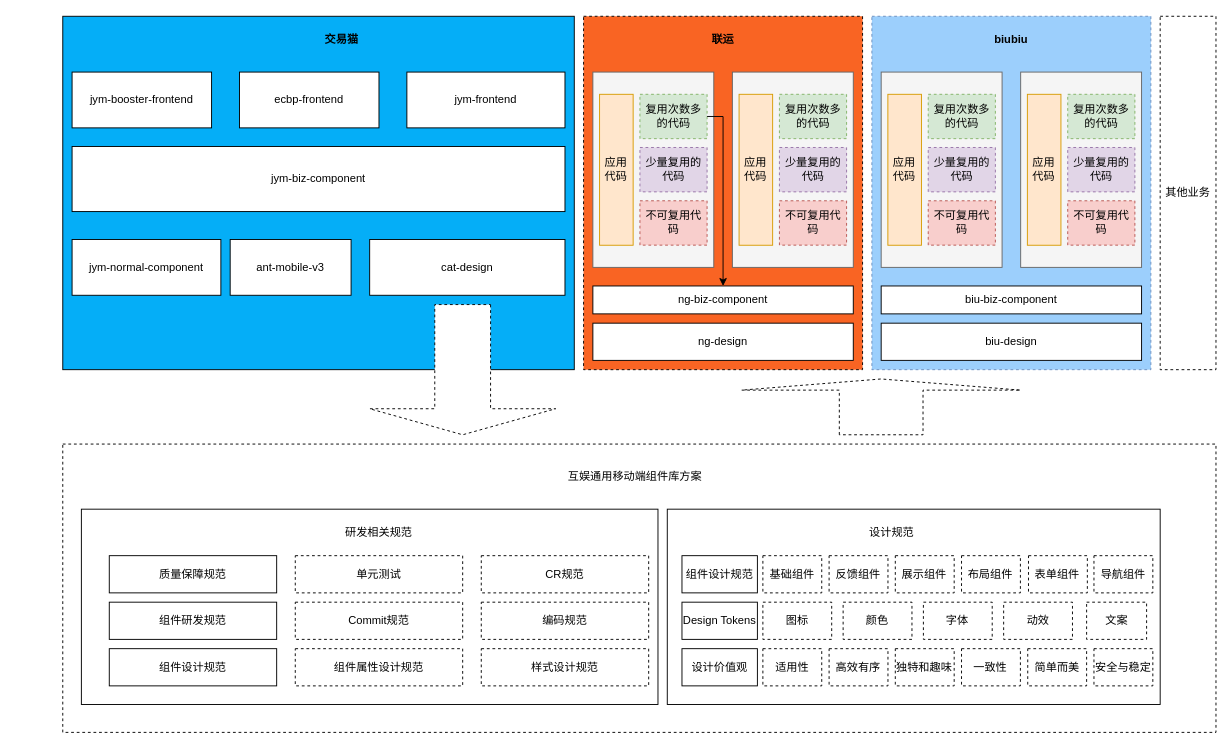
This is Untitled Diagram.drawio from dyyz1993/ABC, a draw.io file, before an edit. Source tidied: cells renumbered, new cells numbered last; positions are measured from the earlier drawing's top-left corner, leaving out a move shared by most shapes. Both pictures are drawn from the tidied source at 93%, with x=0, y=0 at pixel (62, 16).
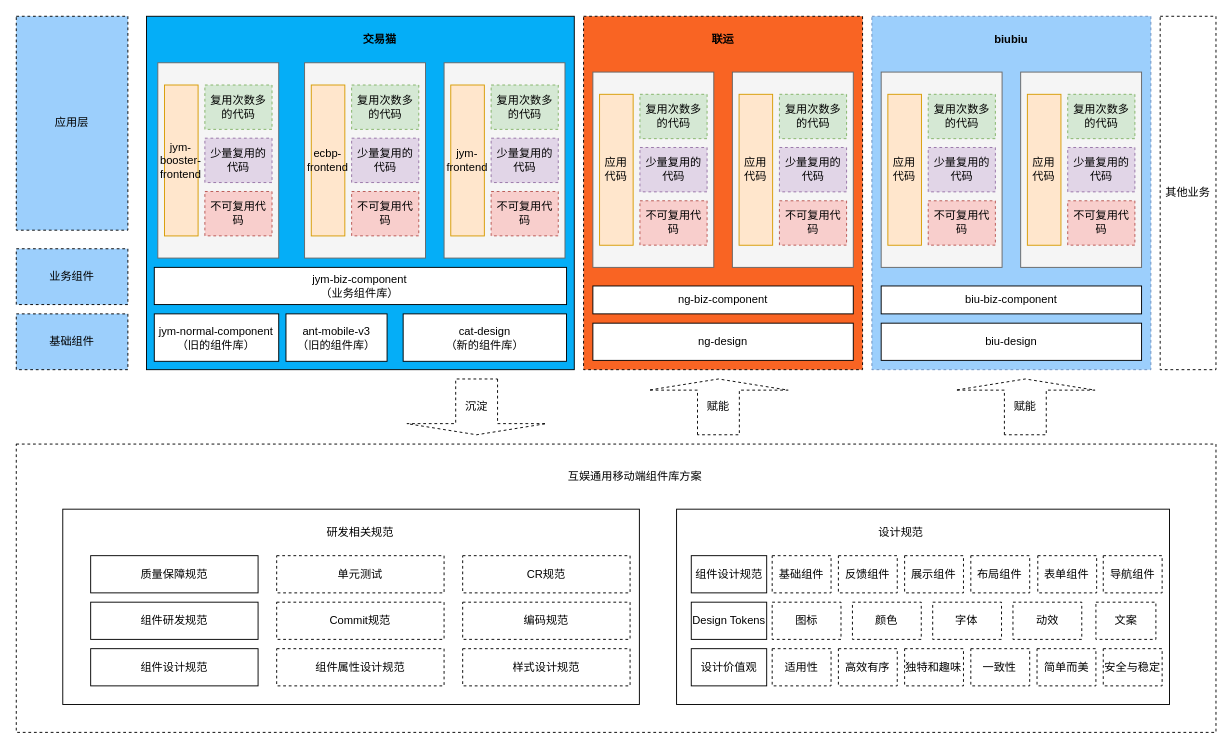
After the change.

Unchanged cells that the change refers to:
```xml
<mxCell id="21" value="ng-biz-component" style="rounded=0;whiteSpace=wrap;html=1;" parent="1" vertex="1">
  <mxGeometry x="570" y="290" width="280" height="30" as="geometry" />
</mxCell>
<mxCell id="28" value="复用次数多的代码" style="rounded=0;whiteSpace=wrap;html=1;dashed=1;fillColor=#d5e8d4;strokeColor=#82b366;" parent="23" vertex="1">
  <mxGeometry x="50.6" y="23.9" width="72.2" height="47.7" as="geometry" />
</mxCell>
```

Change to the diagram source:
```diff
@@
     <mxCell id="2" style="rounded=0;whiteSpace=wrap;html=1;dashed=1;" parent="1" vertex="1">
-      <mxGeometry y="460" width="1240" height="310" as="geometry" />
+      <mxGeometry x="-50" y="460" width="1290" height="310" as="geometry" />
     </mxCell>
-    <mxCell id="3" style="rounded=0;whiteSpace=wrap;html=1;fillColor=#05AEF7;" parent="1" vertex="1">
-      <mxGeometry width="550" height="380" as="geometry" />
-    </mxCell>
-    <mxCell id="4" value="jym-normal-component" style="rounded=0;whiteSpace=wrap;html=1;" parent="1" vertex="1">
-      <mxGeometry x="10" y="240" width="160" height="60" as="geometry" />
-    </mxCell>
-    <mxCell id="5" value="jym-biz-component" style="rounded=0;whiteSpace=wrap;html=1;" parent="1" vertex="1">
-      <mxGeometry x="10" y="140" width="530" height="70" as="geometry" />
-    </mxCell>
-    <mxCell id="6" value="cat-design" style="rounded=0;whiteSpace=wrap;html=1;" parent="1" vertex="1">
-      <mxGeometry x="330" y="240" width="210" height="60" as="geometry" />
-    </mxCell>
-    <mxCell id="7" value="ant-mobile-v3" style="rounded=0;whiteSpace=wrap;html=1;" parent="1" vertex="1">
-      <mxGeometry x="180" y="240" width="130" height="60" as="geometry" />
-    </mxCell>
-    <mxCell id="8" style="shape=singleArrow;direction=south;whiteSpace=wrap;html=1;dashed=1;" parent="1" vertex="1">
-      <mxGeometry x="330" y="310" width="200" height="140" as="geometry" />
+    <mxCell id="8" value="沉淀" style="shape=singleArrow;direction=south;whiteSpace=wrap;html=1;dashed=1;" parent="1" vertex="1">
+      <mxGeometry x="370" y="390" width="150" height="60" as="geometry" />
     </mxCell>
-    <mxCell id="9" value="jym-booster-frontend" style="rounded=0;whiteSpace=wrap;html=1;" parent="1" vertex="1">
-      <mxGeometry x="10" y="60" width="150" height="60" as="geometry" />
-    </mxCell>
-    <mxCell id="10" value="ecbp-frontend" style="rounded=0;whiteSpace=wrap;html=1;" parent="1" vertex="1">
-      <mxGeometry x="190" y="60" width="150" height="60" as="geometry" />
-    </mxCell>
-    <mxCell id="11" value="jym-frontend" style="rounded=0;whiteSpace=wrap;html=1;" parent="1" vertex="1">
-      <mxGeometry x="370" y="60" width="170" height="60" as="geometry" />
-    </mxCell>
-    <mxCell id="12" value="交易猫" style="text;html=1;strokeColor=none;fillColor=none;align=center;verticalAlign=middle;whiteSpace=wrap;rounded=0;fontStyle=1;" parent="1" vertex="1">
-      <mxGeometry x="270" y="10" width="60" height="30" as="geometry" />
-    </mxCell>
-    <mxCell id="13" style="shape=singleArrow;direction=north;whiteSpace=wrap;html=1;dashed=1;" parent="1" vertex="1">
-      <mxGeometry x="730" y="390" width="300" height="60" as="geometry" />
+    <mxCell id="13" value="赋能" style="shape=singleArrow;direction=north;whiteSpace=wrap;html=1;dashed=1;" parent="1" vertex="1">
+      <mxGeometry x="630" y="390" width="150" height="60" as="geometry" />
     </mxCell>
@@
-    <mxCell id="48" style="edgeStyle=orthogonalEdgeStyle;rounded=0;jettySize=auto;html=1;exitX=1;exitY=0.5;exitDx=0;exitDy=0;" parent="1" edge="1" source="28" target="21">
-      <mxGeometry relative="1" as="geometry">
-        <Array as="points">
-          <mxPoint x="710" y="108" />
-        </Array>
-      </mxGeometry>
-    </mxCell>
     <mxCell id="49" style="group;" parent="1" vertex="1">
-      <mxGeometry x="650" y="530" width="530" height="210" as="geometry" />
+      <mxGeometry x="660" y="530" width="530" height="210" as="geometry" />
     </mxCell>
@@
     <mxCell id="74" style="group;" parent="1" vertex="1">
-      <mxGeometry x="30" y="530" width="620" height="230" as="geometry" />
+      <mxGeometry x="10" y="530" width="620" height="230" as="geometry" />
     </mxCell>
@@
+    <mxCell id="86" style="group;" parent="1" vertex="1">
+      <mxGeometry x="90" width="460" height="380" as="geometry" />
+    </mxCell>
+    <mxCell id="3" style="rounded=0;whiteSpace=wrap;html=1;fillColor=#05AEF7;" parent="86" vertex="1">
+      <mxGeometry width="460" height="380" as="geometry" />
+    </mxCell>
+    <mxCell id="4" value="jym-normal-component&lt;br&gt;（旧的组件库）" style="rounded=0;whiteSpace=wrap;html=1;" parent="86" vertex="1">
+      <mxGeometry x="8.4" y="320" width="133.8" height="51" as="geometry" />
+    </mxCell>
+    <mxCell id="5" value="jym-biz-component&lt;br&gt;（业务组件库）" style="rounded=0;whiteSpace=wrap;html=1;" parent="86" vertex="1">
+      <mxGeometry x="8.4" y="270" width="443.3" height="40" as="geometry" />
+    </mxCell>
+    <mxCell id="6" value="cat-design&lt;br&gt;（新的组件库）" style="rounded=0;whiteSpace=wrap;html=1;" parent="86" vertex="1">
+      <mxGeometry x="276" y="320" width="175.6" height="51" as="geometry" />
+    </mxCell>
+    <mxCell id="7" value="ant-mobile-v3&lt;br&gt;（旧的组件库）" style="rounded=0;whiteSpace=wrap;html=1;" parent="86" vertex="1">
+      <mxGeometry x="150" y="320" width="108.7" height="51" as="geometry" />
+    </mxCell>
+    <mxCell id="12" value="交易猫" style="text;html=1;strokeColor=none;fillColor=none;align=center;verticalAlign=middle;whiteSpace=wrap;rounded=0;fontStyle=1;" parent="86" vertex="1">
+      <mxGeometry x="225.8" y="10" width="50.2" height="30" as="geometry" />
+    </mxCell>
+    <mxCell id="87" style="group;" parent="86" vertex="1">
+      <mxGeometry x="12.2" y="50" width="130" height="210" as="geometry" />
+    </mxCell>
+    <mxCell id="88" style="rounded=0;whiteSpace=wrap;html=1;fillColor=#f5f5f5;fontColor=#333333;strokeColor=#666666;" parent="87" vertex="1">
+      <mxGeometry width="130" height="210" as="geometry" />
+    </mxCell>
+    <mxCell id="9" value="jym-booster-frontend" style="rounded=0;whiteSpace=wrap;html=1;fillColor=#ffe6cc;strokeColor=#d79b00;" parent="87" vertex="1">
+      <mxGeometry x="7.2" y="23.9" width="36.1" height="162.3" as="geometry" />
+    </mxCell>
+    <mxCell id="89" value="不可复用代码" style="rounded=0;whiteSpace=wrap;html=1;dashed=1;fillColor=#f8cecc;strokeColor=#b85450;" parent="87" vertex="1">
+      <mxGeometry x="50.6" y="138.4" width="72.2" height="47.7" as="geometry" />
+    </mxCell>
+    <mxCell id="90" value="少量复用的代码" style="rounded=0;whiteSpace=wrap;html=1;dashed=1;fillColor=#e1d5e7;strokeColor=#9673a6;" parent="87" vertex="1">
+      <mxGeometry x="50.6" y="81.1" width="72.2" height="47.7" as="geometry" />
+    </mxCell>
+    <mxCell id="91" value="复用次数多的代码" style="rounded=0;whiteSpace=wrap;html=1;dashed=1;fillColor=#d5e8d4;strokeColor=#82b366;" parent="87" vertex="1">
+      <mxGeometry x="50.6" y="23.9" width="72.2" height="47.7" as="geometry" />
+    </mxCell>
+    <mxCell id="92" style="group;" parent="86" vertex="1">
+      <mxGeometry x="170" y="50" width="130" height="210" as="geometry" />
+    </mxCell>
+    <mxCell id="93" style="rounded=0;whiteSpace=wrap;html=1;fillColor=#f5f5f5;fontColor=#333333;strokeColor=#666666;" parent="92" vertex="1">
+      <mxGeometry width="130" height="210" as="geometry" />
+    </mxCell>
+    <mxCell id="10" value="ecbp-frontend" style="rounded=0;whiteSpace=wrap;html=1;fillColor=#ffe6cc;strokeColor=#d79b00;" parent="92" vertex="1">
+      <mxGeometry x="7.2" y="23.9" width="36.1" height="162.3" as="geometry" />
+    </mxCell>
+    <mxCell id="94" value="不可复用代码" style="rounded=0;whiteSpace=wrap;html=1;dashed=1;fillColor=#f8cecc;strokeColor=#b85450;" parent="92" vertex="1">
+      <mxGeometry x="50.6" y="138.4" width="72.2" height="47.7" as="geometry" />
+    </mxCell>
+    <mxCell id="95" value="少量复用的代码" style="rounded=0;whiteSpace=wrap;html=1;dashed=1;fillColor=#e1d5e7;strokeColor=#9673a6;" parent="92" vertex="1">
+      <mxGeometry x="50.6" y="81.1" width="72.2" height="47.7" as="geometry" />
+    </mxCell>
+    <mxCell id="96" value="复用次数多的代码" style="rounded=0;whiteSpace=wrap;html=1;dashed=1;fillColor=#d5e8d4;strokeColor=#82b366;" parent="92" vertex="1">
+      <mxGeometry x="50.6" y="23.9" width="72.2" height="47.7" as="geometry" />
+    </mxCell>
+    <mxCell id="97" style="group;" parent="86" vertex="1">
+      <mxGeometry x="320" y="50" width="130" height="210" as="geometry" />
+    </mxCell>
+    <mxCell id="98" style="rounded=0;whiteSpace=wrap;html=1;fillColor=#f5f5f5;fontColor=#333333;strokeColor=#666666;" parent="97" vertex="1">
+      <mxGeometry width="130" height="210" as="geometry" />
+    </mxCell>
+    <mxCell id="11" value="jym-frontend" style="rounded=0;whiteSpace=wrap;html=1;fillColor=#ffe6cc;strokeColor=#d79b00;" parent="97" vertex="1">
+      <mxGeometry x="7.2" y="23.9" width="36.1" height="162.3" as="geometry" />
+    </mxCell>
+    <mxCell id="99" value="不可复用代码" style="rounded=0;whiteSpace=wrap;html=1;dashed=1;fillColor=#f8cecc;strokeColor=#b85450;" parent="97" vertex="1">
+      <mxGeometry x="50.6" y="138.4" width="72.2" height="47.7" as="geometry" />
+    </mxCell>
+    <mxCell id="100" value="少量复用的代码" style="rounded=0;whiteSpace=wrap;html=1;dashed=1;fillColor=#e1d5e7;strokeColor=#9673a6;" parent="97" vertex="1">
+      <mxGeometry x="50.6" y="81.1" width="72.2" height="47.7" as="geometry" />
+    </mxCell>
+    <mxCell id="101" value="复用次数多的代码" style="rounded=0;whiteSpace=wrap;html=1;dashed=1;fillColor=#d5e8d4;strokeColor=#82b366;" parent="97" vertex="1">
+      <mxGeometry x="50.6" y="23.9" width="72.2" height="47.7" as="geometry" />
+    </mxCell>
+    <mxCell id="102" value="应用层" style="rounded=0;whiteSpace=wrap;html=1;dashed=1;fontSize=12;fillColor=#9CCFFC;" parent="1" vertex="1">
+      <mxGeometry x="-50" width="120" height="230" as="geometry" />
+    </mxCell>
+    <mxCell id="103" value="业务组件" style="rounded=0;whiteSpace=wrap;html=1;dashed=1;fontSize=12;fillColor=#9CCFFC;" parent="1" vertex="1">
+      <mxGeometry x="-50" y="250" width="120" height="60" as="geometry" />
+    </mxCell>
+    <mxCell id="104" value="基础组件" style="rounded=0;whiteSpace=wrap;html=1;dashed=1;fontSize=12;fillColor=#9CCFFC;" parent="1" vertex="1">
+      <mxGeometry x="-50" y="320" width="120" height="60" as="geometry" />
+    </mxCell>
+    <mxCell id="105" value="赋能" style="shape=singleArrow;direction=north;whiteSpace=wrap;html=1;dashed=1;" parent="1" vertex="1">
+      <mxGeometry x="960" y="390" width="150" height="60" as="geometry" />
+    </mxCell>
```
